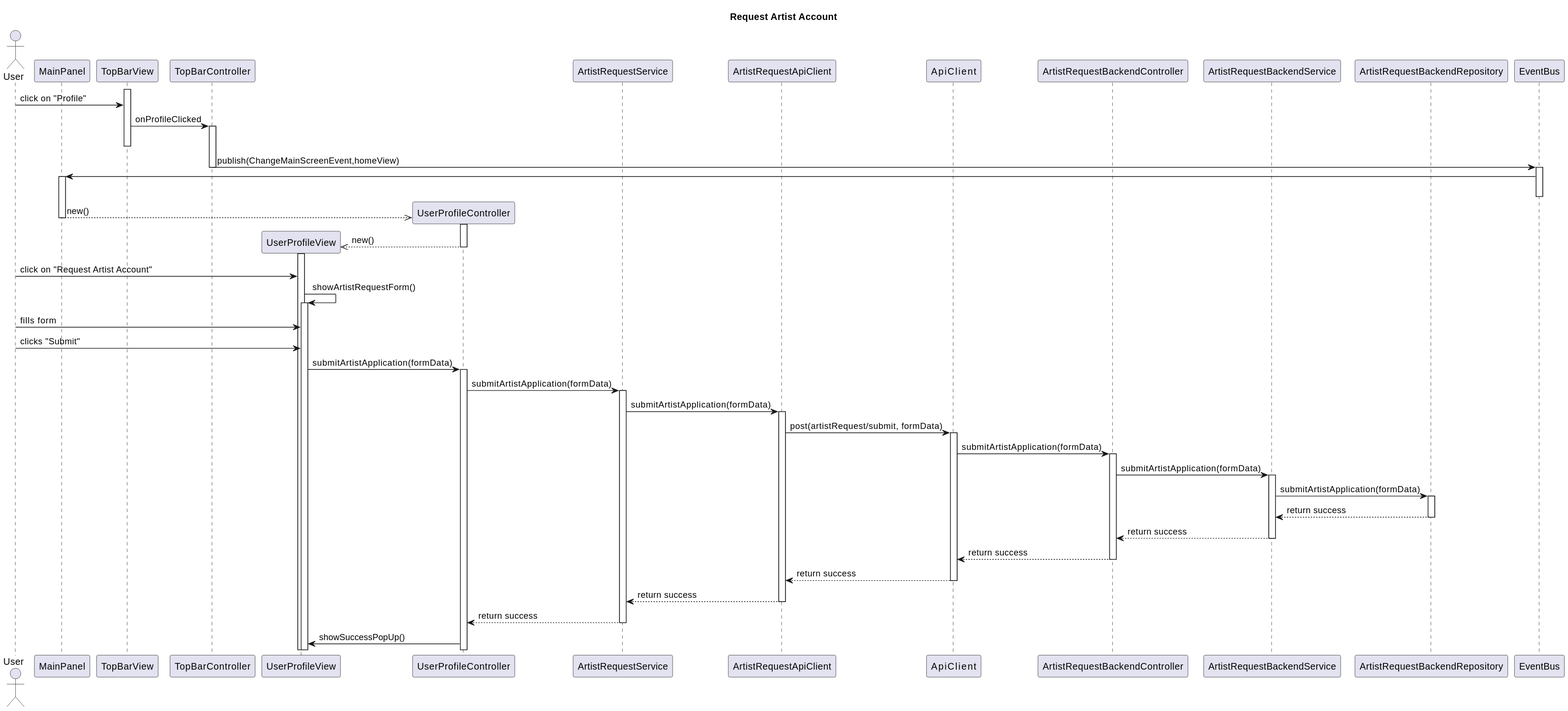
RubenKingCP/Tunix keeps this PlantUML diagram as Paradoteo_4/SequenceDiagrams-v0.3/RequestArtistAccount.svg. Above is the earlier version. Its diagram source:
```plantuml
@startuml
title Request Artist Account

actor User

participant MainPanel
participant TopBarView
participant TopBarController
participant UserProfileView
participant UserProfileController
participant ArtistRequestService
participant ArtistRequestApiClient
participant ApiService
participant ArtistRequestBackendController
participant ArtistRequestBackendService
participant ArtistRequestBackendRepository


participant EventBus

activate TopBarView
User -> TopBarView : click on "Profile"
TopBarView -> TopBarController : onProfileClicked
activate TopBarController
deactivate TopBarView
TopBarController -> EventBus : publish(ChangeMainScreenEvent,homeView)
deactivate TopBarController
activate EventBus
EventBus -> MainPanel
activate MainPanel
deactivate EventBus
create UserProfileController
MainPanel -->> UserProfileController : new()
activate UserProfileController
deactivate MainPanel
create UserProfileView
UserProfileController -->> UserProfileView : new()
activate UserProfileView
deactivate UserProfileController
User -> UserProfileView : click on "Request Artist Account"
UserProfileView -> UserProfileView : showArtistRequestForm()
activate UserProfileView
User -> UserProfileView : fills form
User -> UserProfileView : clicks "Submit"
UserProfileView -> UserProfileController : submitArtistApplication(formData)
activate UserProfileController
UserProfileController -> ArtistRequestService : submitArtistApplication(formData)
activate ArtistRequestService
ArtistRequestService -> ArtistRequestApiClient : submitArtistApplication(formData)
activate ArtistRequestApiClient
ArtistRequestApiClient -> ApiService : post(artistRequest/submit, formData)
activate ApiService
ApiService -> ArtistRequestBackendController : submitArtistApplication(formData)
activate ArtistRequestBackendController
ArtistRequestBackendController -> ArtistRequestBackendService : submitArtistApplication(formData)
activate ArtistRequestBackendService
ArtistRequestBackendService -> ArtistRequestBackendRepository : submitArtistApplication(formData)
activate ArtistRequestBackendRepository
ArtistRequestBackendRepository --> ArtistRequestBackendService : return success
deactivate ArtistRequestBackendRepository
ArtistRequestBackendService --> ArtistRequestBackendController : return success
deactivate ArtistRequestBackendService
ArtistRequestBackendController --> ApiService : return success
deactivate ArtistRequestBackendController
ApiService --> ArtistRequestApiClient : return success
deactivate ApiService
ArtistRequestApiClient --> ArtistRequestService : return success
deactivate ArtistRequestApiClient
ArtistRequestService --> UserProfileController : return success
deactivate ArtistRequestService
UserProfileController -> UserProfileView : showSuccessPopUp()
@enduml
```
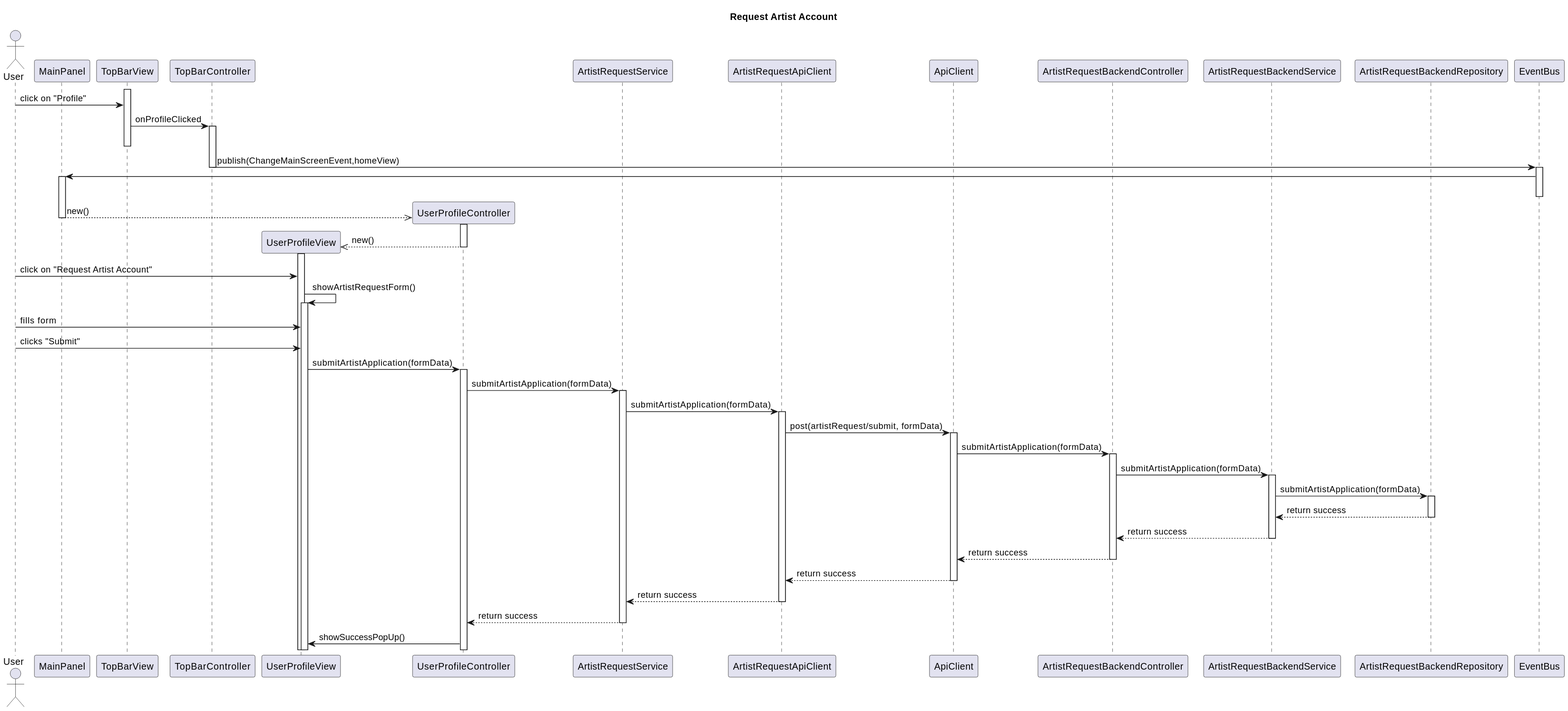
Above is the later version.

Diff of the diagram source:
```diff
@@ -10,7 +10,7 @@
 participant UserProfileController
 participant ArtistRequestService
 participant ArtistRequestApiClient
-participant ApiService
+participant ApiClient
 participant ArtistRequestBackendController
 participant ArtistRequestBackendService
 participant ArtistRequestBackendRepository
@@ -48,9 +48,9 @@
 activate ArtistRequestService
 ArtistRequestService -> ArtistRequestApiClient : submitArtistApplication(formData)
 activate ArtistRequestApiClient
-ArtistRequestApiClient -> ApiService : post(artistRequest/submit, formData)
-activate ApiService
-ApiService -> ArtistRequestBackendController : submitArtistApplication(formData)
+ArtistRequestApiClient -> ApiClient : post(artistRequest/submit, formData)
+activate ApiClient
+ApiClient -> ArtistRequestBackendController : submitArtistApplication(formData)
 activate ArtistRequestBackendController
 ArtistRequestBackendController -> ArtistRequestBackendService : submitArtistApplication(formData)
 activate ArtistRequestBackendService
@@ -60,10 +60,10 @@
 deactivate ArtistRequestBackendRepository
 ArtistRequestBackendService --> ArtistRequestBackendController : return success
 deactivate ArtistRequestBackendService
-ArtistRequestBackendController --> ApiService : return success
+ArtistRequestBackendController --> ApiClient : return success
 deactivate ArtistRequestBackendController
-ApiService --> ArtistRequestApiClient : return success
-deactivate ApiService
+ApiClient --> ArtistRequestApiClient : return success
+deactivate ApiClient
 ArtistRequestApiClient --> ArtistRequestService : return success
 deactivate ArtistRequestApiClient
 ArtistRequestService --> UserProfileController : return success
```
